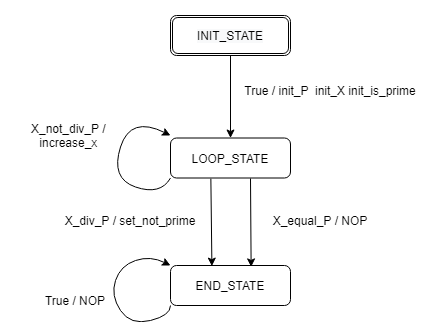
emmachirlomez/FsmdSim keeps this draw.io diagram as test3_dia.png. Above is the earlier version. Source tidied: cells renumbered, new cells last; positions are measured from the earlier drawing's top-left corner, leaving out a move shared by most shapes.
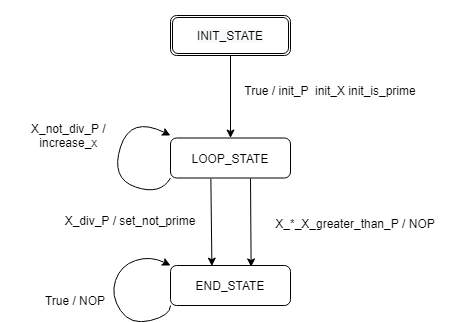
After the change.

The edit, as a diff of the source:
```diff
@@ -8,8 +8,8 @@
     <mxCell id="3" value="True / init_P&amp;nbsp; init_X init_is_prime" style="text;html=1;strokeColor=none;fillColor=none;align=center;verticalAlign=middle;whiteSpace=wrap;rounded=0;" parent="1" vertex="1">
       <mxGeometry x="240" y="50" width="180" height="50" as="geometry" />
     </mxCell>
-    <mxCell id="4" value="X_equal_P / NOP" style="text;html=1;strokeColor=none;fillColor=none;align=center;verticalAlign=middle;whiteSpace=wrap;rounded=0;" parent="1" vertex="1">
-      <mxGeometry x="260" y="195" width="120" height="20" as="geometry" />
+    <mxCell id="4" value="X_*_X_greater_than_P / NOP" style="text;html=1;strokeColor=none;fillColor=none;align=center;verticalAlign=middle;whiteSpace=wrap;rounded=0;" parent="1" vertex="1">
+      <mxGeometry x="260" y="200" width="190" height="15" as="geometry" />
     </mxCell>
     <mxCell id="5" style="endArrow=classic;html=1;entryX=0.345;entryY=0.015;entryDx=0;entryDy=0;entryPerimeter=0;" parent="1" edge="1" target="2">
       <mxGeometry relative="1" as="geometry">
```
